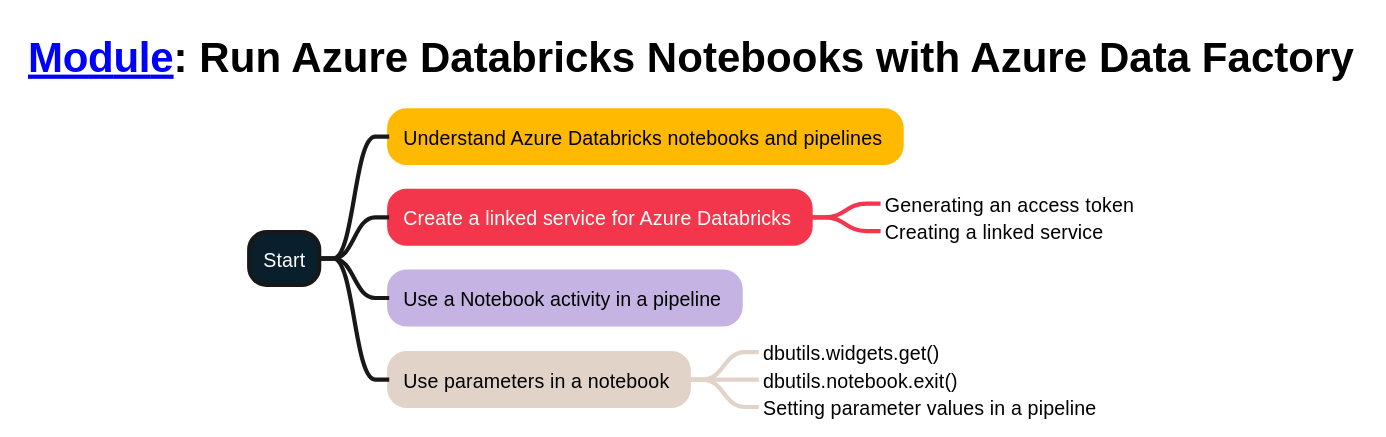
Above: mindmaps/24-Run Azure Databricks Notebooks with Azure Data Factory.svg in weslbo/dp-203 (PlantUML), before the change. Source of this version:
```plantuml
@startmindmap
<style>
title {
        FontSize 30
        FontColor #000000
    }
mindmapDiagram {
    :depth(0) {
        BackgroundColor #091f2c
        FontColor #ffffff
        LineThickness 3.0
    }
    .topic1 {
        BackgroundColor #ffb900
        LineColor #ffb900
        LineThickness 3.0
        FontColor #000000
    }
    .topic2 {
        BackgroundColor #f4364c
        LineColor #f4364c
        LineThickness 3.0
        FontColor #ffffff
    }
    .topic3 {
        BackgroundColor #c5b4e3
        LineColor #c5b4e3
        LineThickness 3.0
        FontColor #000000
    }
    .topic4 {
        BackgroundColor #e1d3c7
        LineColor #e1d3c7
        LineThickness 3.0
        FontColor #000000
    }
    .topic5 {
        BackgroundColor #07641d
        LineColor #07641d
        LineThickness 3.0
        FontColor #ffffff
    }
}
</style>
title [[https://learn.microsoft.com/training/modules/run-azure-databricks-notebooks-azure-data-factory/ Module]]: Run Azure Databricks Notebooks with Azure Data Factory
+ Start
++ Understand Azure Databricks notebooks and pipelines <<topic1>>
++ Create a linked service for Azure Databricks <<topic2>>
+++_ Generating an access token
+++_ Creating a linked service
++ Use a Notebook activity in a pipeline <<topic3>>
++ Use parameters in a notebook <<topic4>>
+++_ dbutils.widgets.get()
+++_ dbutils.notebook.exit()
+++_ Setting parameter values in a pipeline
@endmindmap
```
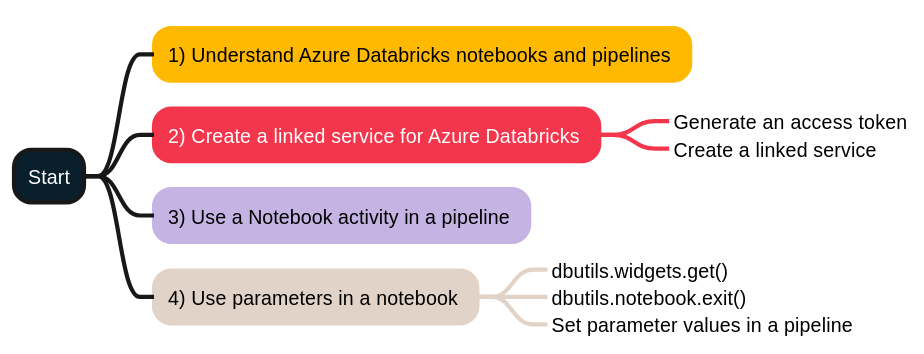
After the commit.

The edit, as a diff of the source:
```diff
@@ -1,56 +1,49 @@
 @startmindmap
 <style>
-title {
-        FontSize 30
-        FontColor #000000
-    }
-mindmapDiagram {
-    :depth(0) {
-        BackgroundColor #091f2c
-        FontColor #ffffff
-        LineThickness 3.0
-    }
-    .topic1 {
-        BackgroundColor #ffb900
-        LineColor #ffb900
-        LineThickness 3.0
-        FontColor #000000
-    }
-    .topic2 {
-        BackgroundColor #f4364c
-        LineColor #f4364c
-        LineThickness 3.0
-        FontColor #ffffff
-    }
-    .topic3 {
-        BackgroundColor #c5b4e3
-        LineColor #c5b4e3
-        LineThickness 3.0
-        FontColor #000000
-    }
-    .topic4 {
-        BackgroundColor #e1d3c7
-        LineColor #e1d3c7
-        LineThickness 3.0
-        FontColor #000000
-    }
-    .topic5 {
-        BackgroundColor #07641d
-        LineColor #07641d
-        LineThickness 3.0
-        FontColor #ffffff
-    }
+:depth(0) {
+    BackgroundColor #091f2c
+    FontColor #ffffff
+    LineThickness 3.0
+}
+.topic1 {
+    BackgroundColor #ffb900
+    LineColor #ffb900
+    LineThickness 3.0
+    FontColor #000000
+}
+.topic2 {
+    BackgroundColor #f4364c
+    LineColor #f4364c
+    LineThickness 3.0
+    FontColor #ffffff
+}
+.topic3 {
+    BackgroundColor #c5b4e3
+    LineColor #c5b4e3
+    LineThickness 3.0
+    FontColor #000000
+}
+.topic4 {
+    BackgroundColor #e1d3c7
+    LineColor #e1d3c7
+    LineThickness 3.0
+    FontColor #000000
+}
+.topic5 {
+    BackgroundColor #07641d
+    LineColor #07641d
+    LineThickness 3.0
+    FontColor #ffffff
 }
 </style>
-title [[https://learn.microsoft.com/training/modules/run-azure-databricks-notebooks-azure-data-factory/ Module]]: Run Azure Databricks Notebooks with Azure Data Factory
 + Start
-++ Understand Azure Databricks notebooks and pipelines <<topic1>>
-++ Create a linked service for Azure Databricks <<topic2>>
-+++_ Generating an access token
-+++_ Creating a linked service
-++ Use a Notebook activity in a pipeline <<topic3>>
-++ Use parameters in a notebook <<topic4>>
+++ 1) Understand Azure Databricks notebooks and pipelines <<topic1>>
+++ 2) Create a linked service for Azure Databricks <<topic2>>
++++_ Generate an access token
++++_ Create a linked service
+++ 3) Use a Notebook activity in a pipeline <<topic3>>
+++ 4) Use parameters in a notebook <<topic4>>
 +++_ dbutils.widgets.get()
 +++_ dbutils.notebook.exit()
-+++_ Setting parameter values in a pipeline
++++_ Set parameter values in a pipeline
 @endmindmap
```
